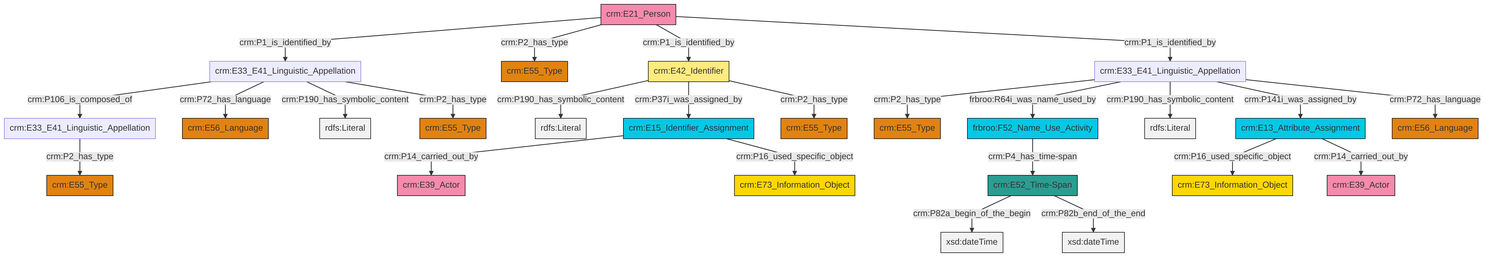
This is et/personCSV/ttl/mmd/png/Person_Names_and_Classification.png from swiss-art-research-net/reference-data-models, a Mermaid export, as it was before one commit. Its source is kept beside it as et/personCSV/ttl/mmd/Person_Names_and_Classification.ttl.mmd.
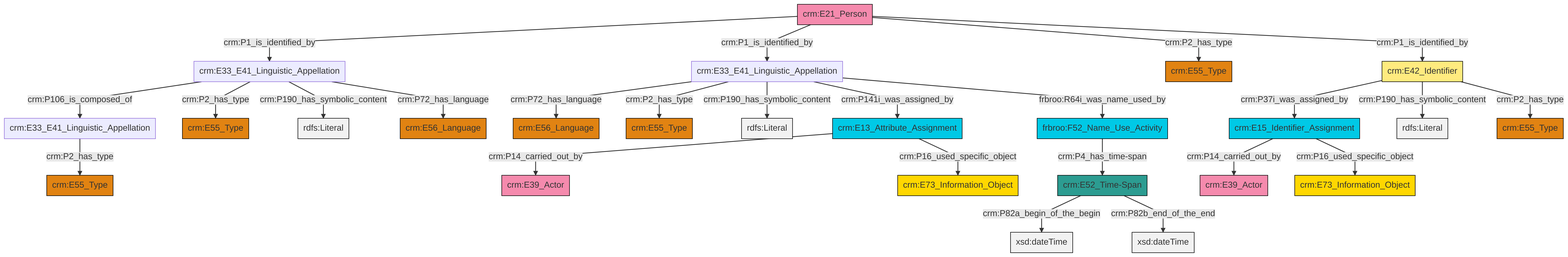
Above is the later version.

Diff of the diagram source:
```diff
@@ -13,27 +13,27 @@
 classDef PC_Classes fill:#4ce600, stroke:#000000;
 classDef Multi fill:#cccccc,stroke:#000000;
 
-2["crm:E15_Identifier_Assignment"]:::Temporal_Entity -->|crm:P14_carried_out_by| 3["crm:E39_Actor"]:::Actor
-4["crm:E33_E41_Linguistic_Appellation"]:::Default -->|crm:P106_is_composed_of| 5["crm:E33_E41_Linguistic_Appellation"]:::Default
-11["crm:E21_Person"]:::Actor -->|crm:P1_is_identified_by| 4["crm:E33_E41_Linguistic_Appellation"]:::Default
-11["crm:E21_Person"]:::Actor -->|crm:P2_has_type| 0["crm:E55_Type"]:::Type
-4["crm:E33_E41_Linguistic_Appellation"]:::Default -->|crm:P72_has_language| 15["crm:E56_Language"]:::Type
-9["crm:E33_E41_Linguistic_Appellation"]:::Default -->|crm:P2_has_type| 16["crm:E55_Type"]:::Type
-4["crm:E33_E41_Linguistic_Appellation"]:::Default -->|crm:P190_has_symbolic_content| 19[rdfs:Literal]:::Literal
-9["crm:E33_E41_Linguistic_Appellation"]:::Default -->|frbroo:R64i_was_name_used_by| 13["frbroo:F52_Name_Use_Activity"]:::Temporal_Entity
-5["crm:E33_E41_Linguistic_Appellation"]:::Default -->|crm:P2_has_type| 22["crm:E55_Type"]:::Type
-11["crm:E21_Person"]:::Actor -->|crm:P1_is_identified_by| 17["crm:E42_Identifier"]:::Appellation
-17["crm:E42_Identifier"]:::Appellation -->|crm:P190_has_symbolic_content| 24[rdfs:Literal]:::Literal
-17["crm:E42_Identifier"]:::Appellation -->|crm:P37i_was_assigned_by| 2["crm:E15_Identifier_Assignment"]:::Temporal_Entity
-13["frbroo:F52_Name_Use_Activity"]:::Temporal_Entity -->|crm:P4_has_time-span| 6["crm:E52_Time-Span"]:::Time-Span
-9["crm:E33_E41_Linguistic_Appellation"]:::Default -->|crm:P190_has_symbolic_content| 25[rdfs:Literal]:::Literal
-17["crm:E42_Identifier"]:::Appellation -->|crm:P2_has_type| 26["crm:E55_Type"]:::Type
-6["crm:E52_Time-Span"]:::Time-Span -->|crm:P82a_begin_of_the_begin| 31[xsd:dateTime]:::Literal
-6["crm:E52_Time-Span"]:::Time-Span -->|crm:P82b_end_of_the_end| 34[xsd:dateTime]:::Literal
-32["crm:E13_Attribute_Assignment"]:::Temporal_Entity -->|crm:P16_used_specific_object| 20["crm:E73_Information_Object"]:::Conceptual_Object
-9["crm:E33_E41_Linguistic_Appellation"]:::Default -->|crm:P141i_was_assigned_by| 32["crm:E13_Attribute_Assignment"]:::Temporal_Entity
-4["crm:E33_E41_Linguistic_Appellation"]:::Default -->|crm:P2_has_type| 29["crm:E55_Type"]:::Type
-11["crm:E21_Person"]:::Actor -->|crm:P1_is_identified_by| 9["crm:E33_E41_Linguistic_Appellation"]:::Default
-9["crm:E33_E41_Linguistic_Appellation"]:::Default -->|crm:P72_has_language| 39["crm:E56_Language"]:::Type
-32["crm:E13_Attribute_Assignment"]:::Temporal_Entity -->|crm:P14_carried_out_by| 27["crm:E39_Actor"]:::Actor
-2["crm:E15_Identifier_Assignment"]:::Temporal_Entity -->|crm:P16_used_specific_object| 42["crm:E73_Information_Object"]:::Conceptual_Object
+0["crm:E21_Person"]:::Actor -->|crm:P1_is_identified_by| 1["crm:E33_E41_Linguistic_Appellation"]:::Default
+2["crm:E13_Attribute_Assignment"]:::Temporal_Entity -->|crm:P14_carried_out_by| 3["crm:E39_Actor"]:::Actor
+4["crm:E15_Identifier_Assignment"]:::Temporal_Entity -->|crm:P14_carried_out_by| 5["crm:E39_Actor"]:::Actor
+8["frbroo:F52_Name_Use_Activity"]:::Temporal_Entity -->|crm:P4_has_time-span| 9["crm:E52_Time-Span"]:::Time-Span
+9["crm:E52_Time-Span"]:::Time-Span -->|crm:P82a_begin_of_the_begin| 10[xsd:dateTime]:::Literal
+0["crm:E21_Person"]:::Actor -->|crm:P1_is_identified_by| 11["crm:E33_E41_Linguistic_Appellation"]:::Default
+11["crm:E33_E41_Linguistic_Appellation"]:::Default -->|crm:P72_has_language| 12["crm:E56_Language"]:::Type
+1["crm:E33_E41_Linguistic_Appellation"]:::Default -->|crm:P106_is_composed_of| 15["crm:E33_E41_Linguistic_Appellation"]:::Default
+11["crm:E33_E41_Linguistic_Appellation"]:::Default -->|crm:P2_has_type| 17["crm:E55_Type"]:::Type
+4["crm:E15_Identifier_Assignment"]:::Temporal_Entity -->|crm:P16_used_specific_object| 22["crm:E73_Information_Object"]:::Conceptual_Object
+2["crm:E13_Attribute_Assignment"]:::Temporal_Entity -->|crm:P16_used_specific_object| 23["crm:E73_Information_Object"]:::Conceptual_Object
+11["crm:E33_E41_Linguistic_Appellation"]:::Default -->|crm:P190_has_symbolic_content| 24[rdfs:Literal]:::Literal
+28["crm:E42_Identifier"]:::Appellation -->|crm:P37i_was_assigned_by| 4["crm:E15_Identifier_Assignment"]:::Temporal_Entity
+11["crm:E33_E41_Linguistic_Appellation"]:::Default -->|crm:P141i_was_assigned_by| 2["crm:E13_Attribute_Assignment"]:::Temporal_Entity
+9["crm:E52_Time-Span"]:::Time-Span -->|crm:P82b_end_of_the_end| 30[xsd:dateTime]:::Literal
+1["crm:E33_E41_Linguistic_Appellation"]:::Default -->|crm:P2_has_type| 13["crm:E55_Type"]:::Type
+11["crm:E33_E41_Linguistic_Appellation"]:::Default -->|frbroo:R64i_was_name_used_by| 8["frbroo:F52_Name_Use_Activity"]:::Temporal_Entity
+1["crm:E33_E41_Linguistic_Appellation"]:::Default -->|crm:P190_has_symbolic_content| 35[rdfs:Literal]:::Literal
+28["crm:E42_Identifier"]:::Appellation -->|crm:P190_has_symbolic_content| 37[rdfs:Literal]:::Literal
+0["crm:E21_Person"]:::Actor -->|crm:P2_has_type| 38["crm:E55_Type"]:::Type
+1["crm:E33_E41_Linguistic_Appellation"]:::Default -->|crm:P72_has_language| 6["crm:E56_Language"]:::Type
+15["crm:E33_E41_Linguistic_Appellation"]:::Default -->|crm:P2_has_type| 18["crm:E55_Type"]:::Type
+28["crm:E42_Identifier"]:::Appellation -->|crm:P2_has_type| 32["crm:E55_Type"]:::Type
+0["crm:E21_Person"]:::Actor -->|crm:P1_is_identified_by| 28["crm:E42_Identifier"]:::Appellation
```
